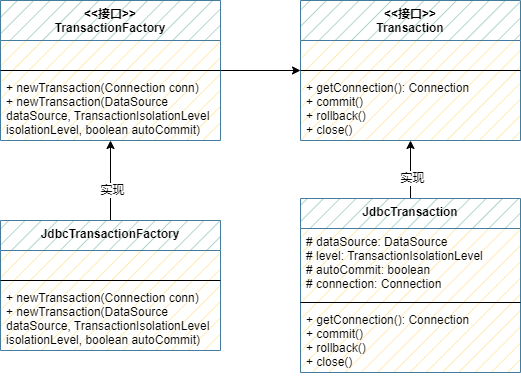
Before: wzz-mybatis/mybatis-step04-解析数据源并获取连接.drawio.png, a diagram exported from draw.io (wsxzei/markdown-photos). Source tidied: cells renumbered, new cells last; positions are measured from the earlier drawing's top-left corner, leaving out a move shared by most shapes.
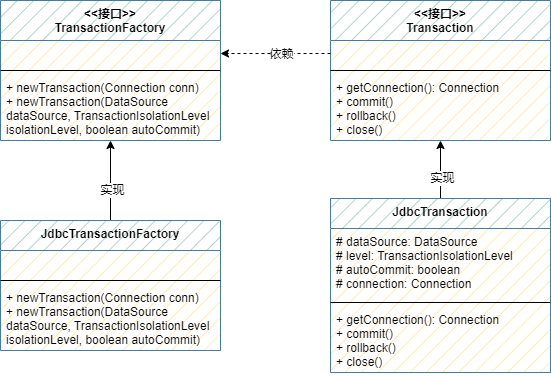
After the change.

Commit message:
更新mybatis-step04-解析数据源并获取连接.drawio.png

What changed in the source:
```diff
@@ -20,9 +20,6 @@
     <mxCell id="7" value="+ newTransaction(Connection conn)&#10;+ newTransaction(DataSource &#10;dataSource, TransactionIsolationLevel &#10;isolationLevel, boolean autoCommit)" style="text;strokeColor=none;fillColor=none;align=left;verticalAlign=top;spacingLeft=4;spacingRight=4;overflow=hidden;" parent="4" vertex="1">
       <mxGeometry y="64" width="220" height="66" as="geometry" />
     </mxCell>
-    <mxCell id="8" style="edgeStyle=orthogonalEdgeStyle;rounded=0;jettySize=auto;html=1;" parent="1" edge="1" source="9" target="13">
-      <mxGeometry relative="1" as="geometry" />
-    </mxCell>
     <mxCell id="9" value="&lt;&lt;接口&gt;&gt;&#10;TransactionFactory" style="swimlane;fontStyle=1;align=center;verticalAlign=top;horizontal=1;startSize=40;gradientColor=none;swimlaneFillColor=#FFE599;fillStyle=hatch;fillColor=#9AC7BF;strokeColor=#457B9D;" parent="1" vertex="1">
       <mxGeometry width="220" height="140" as="geometry" />
     </mxCell>
@@ -36,7 +33,7 @@
       <mxGeometry y="74" width="220" height="66" as="geometry" />
     </mxCell>
     <mxCell id="13" value="&lt;&lt;接口&gt;&gt;&#10;Transaction" style="swimlane;fontStyle=1;align=center;verticalAlign=top;horizontal=1;startSize=40;gradientColor=none;swimlaneFillColor=#FFE599;fillStyle=hatch;fillColor=#9AC7BF;strokeColor=#457B9D;" parent="1" vertex="1">
-      <mxGeometry x="300" width="220" height="140" as="geometry" />
+      <mxGeometry x="330" width="220" height="140" as="geometry" />
     </mxCell>
     <mxCell id="14" value=" " style="text;strokeColor=none;fillColor=none;align=left;verticalAlign=top;spacingLeft=4;spacingRight=4;overflow=hidden;points=[[0,0.5],[1,0.5]];portConstraint=eastwest;" parent="13" vertex="1">
       <mxGeometry y="40" width="220" height="26" as="geometry" />
@@ -54,7 +51,7 @@
       <mxGeometry x="-0.26" y="-1" relative="1" as="geometry" />
     </mxCell>
     <mxCell id="19" value="JdbcTransaction" style="swimlane;fontStyle=1;align=center;verticalAlign=top;horizontal=1;startSize=30;gradientColor=none;swimlaneFillColor=#FFE599;fillStyle=hatch;fillColor=#9AC7BF;strokeColor=#457B9D;" parent="1" vertex="1">
-      <mxGeometry x="300" y="198" width="220" height="174" as="geometry" />
+      <mxGeometry x="330" y="198" width="220" height="174" as="geometry" />
     </mxCell>
     <mxCell id="20" value="# dataSource: DataSource&#10;# level: TransactionIsolationLevel&#10;# autoCommit: boolean&#10;# connection: Connection" style="text;strokeColor=none;fillColor=none;align=left;verticalAlign=top;spacingLeft=4;spacingRight=4;overflow=hidden;" parent="19" vertex="1">
       <mxGeometry y="30" width="220" height="70" as="geometry" />
@@ -65,5 +62,13 @@
     <mxCell id="22" value="+ getConnection(): Connection&#10;+ commit()&#10;+ rollback()&#10;+ close() " style="text;strokeColor=none;fillColor=none;align=left;verticalAlign=top;spacingLeft=4;spacingRight=4;overflow=hidden;" parent="19" vertex="1">
       <mxGeometry y="108" width="220" height="66" as="geometry" />
     </mxCell>
+    <mxCell id="23" style="edgeStyle=orthogonalEdgeStyle;rounded=0;jettySize=auto;html=1;exitX=0;exitY=0.5;exitDx=0;exitDy=0;entryX=1;entryY=0.5;entryDx=0;entryDy=0;dashed=1;" parent="1" edge="1" source="14" target="10">
+      <mxGeometry relative="1" as="geometry" />
+    </mxCell>
+    <mxCell id="24" value="依赖" style="edgeLabel;html=1;align=center;verticalAlign=middle;" parent="23" vertex="1">
+      <mxGeometry x="0.17" y="2" relative="1" as="geometry">
+        <mxPoint x="14" y="-2" as="offset" />
+      </mxGeometry>
+    </mxCell>
   </root>
 </mxGraphModel>
```
